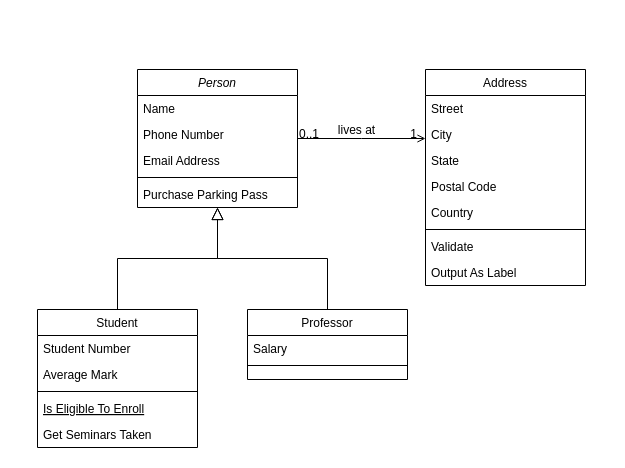
Above: ClassDiagram.drawio in pranavn35/ProjectDiagrams (draw.io), before the change. Source tidied: cells renumbered, new cells numbered last; positions are measured from the earlier drawing's top-left corner, leaving out a move shared by most shapes. Both pictures are drawn from the tidied source at 100%, with x=0, y=0 at pixel (37, 69).
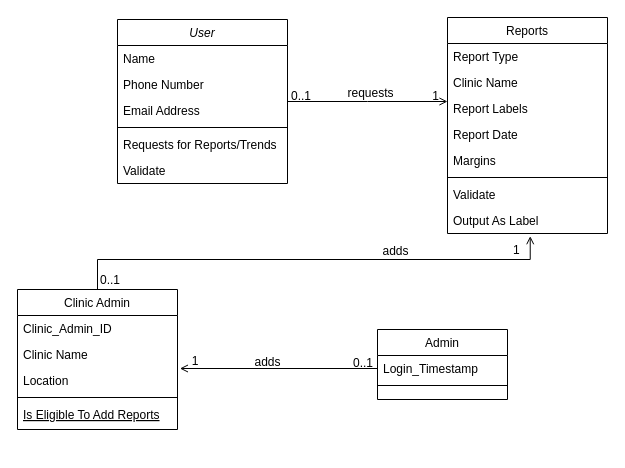
After the change.

Unchanged cells that the change refers to:
```xml
<mxCell id="27" value="Output As Label" style="text;align=left;verticalAlign=top;spacingLeft=4;spacingRight=4;overflow=hidden;points=[[0,0.5],[1,0.5]];portConstraint=eastwest;" parent="19" vertex="1">
  <mxGeometry y="190" width="160" height="26" as="geometry" />
</mxCell>
<mxCell id="28" style="endArrow=open;shadow=0;strokeWidth=1;rounded=0;endFill=1;edgeStyle=elbowEdgeStyle;elbow=vertical;" parent="1" edge="1" source="2" target="19">
  <mxGeometry x="0.5" y="41" relative="1" as="geometry">
    <mxPoint x="-40" y="32" as="offset" />
  </mxGeometry>
</mxCell>
```

The edit, as a diff of the source:
```diff
@@
-    <mxCell id="2" value="Person" style="swimlane;fontStyle=2;align=center;verticalAlign=top;horizontal=1;startSize=26;rounded=0;shadow=0;strokeWidth=1;" parent="1" vertex="1">
-      <mxGeometry x="100" width="160" height="138" as="geometry" />
+    <mxCell id="2" value="User" style="swimlane;fontStyle=2;align=center;verticalAlign=top;horizontal=1;startSize=26;rounded=0;shadow=0;strokeWidth=1;" parent="1" vertex="1">
+      <mxGeometry x="80" y="-50" width="170" height="164" as="geometry" />
     </mxCell>
     <mxCell id="3" value="Name" style="text;align=left;verticalAlign=top;spacingLeft=4;spacingRight=4;overflow=hidden;" parent="2" vertex="1">
-      <mxGeometry y="26" width="160" height="26" as="geometry" />
+      <mxGeometry y="26" width="170" height="26" as="geometry" />
     </mxCell>
     <mxCell id="4" value="Phone Number" style="text;align=left;verticalAlign=top;spacingLeft=4;spacingRight=4;overflow=hidden;rounded=0;shadow=0;html=0;" parent="2" vertex="1">
-      <mxGeometry y="52" width="160" height="26" as="geometry" />
+      <mxGeometry y="52" width="170" height="26" as="geometry" />
     </mxCell>
     <mxCell id="5" value="Email Address" style="text;align=left;verticalAlign=top;spacingLeft=4;spacingRight=4;overflow=hidden;rounded=0;shadow=0;html=0;" parent="2" vertex="1">
-      <mxGeometry y="78" width="160" height="26" as="geometry" />
+      <mxGeometry y="78" width="170" height="26" as="geometry" />
     </mxCell>
     <mxCell id="6" style="line;html=1;strokeWidth=1;align=left;verticalAlign=middle;spacingTop=-1;spacingLeft=3;spacingRight=3;labelPosition=right;" parent="2" vertex="1">
-      <mxGeometry y="104" width="160" height="8" as="geometry" />
+      <mxGeometry y="104" width="170" height="8" as="geometry" />
     </mxCell>
-    <mxCell id="7" value="Purchase Parking Pass" style="text;align=left;verticalAlign=top;spacingLeft=4;spacingRight=4;overflow=hidden;" parent="2" vertex="1">
-      <mxGeometry y="112" width="160" height="26" as="geometry" />
+    <mxCell id="7" value="Requests for Reports/Trends" style="text;align=left;verticalAlign=top;spacingLeft=4;spacingRight=4;overflow=hidden;" parent="2" vertex="1">
+      <mxGeometry y="112" width="170" height="26" as="geometry" />
     </mxCell>
+    <mxCell id="32" value="Validate" style="text;align=left;verticalAlign=top;spacingLeft=4;spacingRight=4;overflow=hidden;" parent="2" vertex="1">
+      <mxGeometry y="138" width="170" height="26" as="geometry" />
+    </mxCell>
-    <mxCell id="8" value="Student" style="swimlane;fontStyle=0;align=center;verticalAlign=top;horizontal=1;startSize=26;rounded=0;shadow=0;strokeWidth=1;" parent="1" vertex="1">
-      <mxGeometry y="240" width="160" height="138" as="geometry" />
+    <mxCell id="8" value="Clinic Admin" style="swimlane;fontStyle=0;align=center;verticalAlign=top;horizontal=1;startSize=26;rounded=0;shadow=0;strokeWidth=1;" parent="1" vertex="1">
+      <mxGeometry x="-20" y="220" width="160" height="140" as="geometry" />
     </mxCell>
-    <mxCell id="9" value="Student Number" style="text;align=left;verticalAlign=top;spacingLeft=4;spacingRight=4;overflow=hidden;" parent="8" vertex="1">
+    <mxCell id="9" value="Clinic_Admin_ID" style="text;align=left;verticalAlign=top;spacingLeft=4;spacingRight=4;overflow=hidden;" parent="8" vertex="1">
       <mxGeometry y="26" width="160" height="26" as="geometry" />
     </mxCell>
+    <mxCell id="33" value="Clinic Name" style="text;align=left;verticalAlign=top;spacingLeft=4;spacingRight=4;overflow=hidden;points=[[0,0.5],[1,0.5]];portConstraint=eastwest;rounded=0;shadow=0;html=0;" parent="8" vertex="1">
+      <mxGeometry y="52" width="160" height="26" as="geometry" />
+    </mxCell>
-    <mxCell id="10" value="Average Mark" style="text;align=left;verticalAlign=top;spacingLeft=4;spacingRight=4;overflow=hidden;rounded=0;shadow=0;html=0;" parent="8" vertex="1">
-      <mxGeometry y="52" width="160" height="26" as="geometry" />
+    <mxCell id="10" value="Location" style="text;align=left;verticalAlign=top;spacingLeft=4;spacingRight=4;overflow=hidden;rounded=0;shadow=0;html=0;" parent="8" vertex="1">
+      <mxGeometry y="78" width="160" height="26" as="geometry" />
     </mxCell>
     <mxCell id="11" style="line;html=1;strokeWidth=1;align=left;verticalAlign=middle;spacingTop=-1;spacingLeft=3;spacingRight=3;labelPosition=right;" parent="8" vertex="1">
-      <mxGeometry y="78" width="160" height="8" as="geometry" />
+      <mxGeometry y="104" width="160" height="8" as="geometry" />
     </mxCell>
-    <mxCell id="12" value="Is Eligible To Enroll" style="text;align=left;verticalAlign=top;spacingLeft=4;spacingRight=4;overflow=hidden;fontStyle=4;" parent="8" vertex="1">
-      <mxGeometry y="86" width="160" height="26" as="geometry" />
+    <mxCell id="12" value="Is Eligible To Add Reports" style="text;align=left;verticalAlign=top;spacingLeft=4;spacingRight=4;overflow=hidden;fontStyle=4;" parent="8" vertex="1">
+      <mxGeometry y="112" width="160" height="26" as="geometry" />
     </mxCell>
-    <mxCell id="13" value="Get Seminars Taken" style="text;align=left;verticalAlign=top;spacingLeft=4;spacingRight=4;overflow=hidden;" parent="8" vertex="1">
-      <mxGeometry y="112" width="160" height="26" as="geometry" />
-    </mxCell>
-    <mxCell id="14" style="endArrow=block;endSize=10;endFill=0;shadow=0;strokeWidth=1;rounded=0;edgeStyle=elbowEdgeStyle;elbow=vertical;" parent="1" edge="1" source="8" target="2">
-      <mxGeometry relative="1" as="geometry" />
-    </mxCell>
-    <mxCell id="15" value="Professor" style="swimlane;fontStyle=0;align=center;verticalAlign=top;horizontal=1;startSize=26;rounded=0;shadow=0;strokeWidth=1;" parent="1" vertex="1">
-      <mxGeometry x="210" y="240" width="160" height="70" as="geometry" />
+    <mxCell id="15" value="Admin" style="swimlane;fontStyle=0;align=center;verticalAlign=top;horizontal=1;startSize=26;rounded=0;shadow=0;strokeWidth=1;" parent="1" vertex="1">
+      <mxGeometry x="340" y="260" width="130" height="70" as="geometry" />
     </mxCell>
-    <mxCell id="16" value="Salary" style="text;align=left;verticalAlign=top;spacingLeft=4;spacingRight=4;overflow=hidden;points=[[0,0.5],[1,0.5]];portConstraint=eastwest;" parent="15" vertex="1">
-      <mxGeometry y="26" width="160" height="26" as="geometry" />
+    <mxCell id="16" value="Login_Timestamp" style="text;align=left;verticalAlign=top;spacingLeft=4;spacingRight=4;overflow=hidden;points=[[0,0.5],[1,0.5]];portConstraint=eastwest;" parent="15" vertex="1">
+      <mxGeometry y="26" width="130" height="26" as="geometry" />
     </mxCell>
     <mxCell id="17" style="line;html=1;strokeWidth=1;align=left;verticalAlign=middle;spacingTop=-1;spacingLeft=3;spacingRight=3;labelPosition=right;" parent="15" vertex="1">
-      <mxGeometry y="52" width="160" height="8" as="geometry" />
+      <mxGeometry y="52" width="130" height="8" as="geometry" />
     </mxCell>
-    <mxCell id="18" style="endArrow=block;endSize=10;endFill=0;shadow=0;strokeWidth=1;rounded=0;edgeStyle=elbowEdgeStyle;elbow=vertical;" parent="1" edge="1" source="15" target="2">
-      <mxGeometry relative="1" as="geometry" />
-    </mxCell>
-    <mxCell id="19" value="Address" style="swimlane;fontStyle=0;align=center;verticalAlign=top;horizontal=1;startSize=26;rounded=0;shadow=0;strokeWidth=1;" parent="1" vertex="1">
-      <mxGeometry x="388" width="160" height="216" as="geometry" />
+    <mxCell id="19" value="Reports" style="swimlane;fontStyle=0;align=center;verticalAlign=top;horizontal=1;startSize=26;rounded=0;shadow=0;strokeWidth=1;" parent="1" vertex="1">
+      <mxGeometry x="410" y="-52" width="160" height="216" as="geometry" />
     </mxCell>
-    <mxCell id="20" value="Street" style="text;align=left;verticalAlign=top;spacingLeft=4;spacingRight=4;overflow=hidden;" parent="19" vertex="1">
+    <mxCell id="20" value="Report Type" style="text;align=left;verticalAlign=top;spacingLeft=4;spacingRight=4;overflow=hidden;" parent="19" vertex="1">
       <mxGeometry y="26" width="160" height="26" as="geometry" />
     </mxCell>
-    <mxCell id="21" value="City" style="text;align=left;verticalAlign=top;spacingLeft=4;spacingRight=4;overflow=hidden;rounded=0;shadow=0;html=0;" parent="19" vertex="1">
+    <mxCell id="21" value="Clinic Name" style="text;align=left;verticalAlign=top;spacingLeft=4;spacingRight=4;overflow=hidden;rounded=0;shadow=0;html=0;" parent="19" vertex="1">
       <mxGeometry y="52" width="160" height="26" as="geometry" />
     </mxCell>
-    <mxCell id="22" value="State" style="text;align=left;verticalAlign=top;spacingLeft=4;spacingRight=4;overflow=hidden;rounded=0;shadow=0;html=0;" parent="19" vertex="1">
+    <mxCell id="22" value="Report Labels" style="text;align=left;verticalAlign=top;spacingLeft=4;spacingRight=4;overflow=hidden;rounded=0;shadow=0;html=0;" parent="19" vertex="1">
       <mxGeometry y="78" width="160" height="26" as="geometry" />
     </mxCell>
-    <mxCell id="23" value="Postal Code" style="text;align=left;verticalAlign=top;spacingLeft=4;spacingRight=4;overflow=hidden;rounded=0;shadow=0;html=0;" parent="19" vertex="1">
+    <mxCell id="23" value="Report Date" style="text;align=left;verticalAlign=top;spacingLeft=4;spacingRight=4;overflow=hidden;rounded=0;shadow=0;html=0;" parent="19" vertex="1">
       <mxGeometry y="104" width="160" height="26" as="geometry" />
     </mxCell>
-    <mxCell id="24" value="Country" style="text;align=left;verticalAlign=top;spacingLeft=4;spacingRight=4;overflow=hidden;rounded=0;shadow=0;html=0;" parent="19" vertex="1">
+    <mxCell id="24" value="Margins" style="text;align=left;verticalAlign=top;spacingLeft=4;spacingRight=4;overflow=hidden;rounded=0;shadow=0;html=0;" parent="19" vertex="1">
       <mxGeometry y="130" width="160" height="26" as="geometry" />
     </mxCell>
@@
     <mxCell id="29" value="0..1" style="align=left;verticalAlign=bottom;labelBackgroundColor=none;fontSize=12;" parent="28" vertex="1">
       <mxGeometry x="-1" relative="1" as="geometry">
-        <mxPoint y="4" as="offset" />
+        <mxPoint x="2" y="3" as="offset" />
       </mxGeometry>
     </mxCell>
     <mxCell id="30" value="1" style="align=right;verticalAlign=bottom;labelBackgroundColor=none;fontSize=12;" parent="28" vertex="1">
       <mxGeometry x="1" relative="1" as="geometry">
-        <mxPoint x="-7" y="4" as="offset" />
+        <mxPoint x="-7" y="3" as="offset" />
       </mxGeometry>
     </mxCell>
-    <mxCell id="31" value="lives at" style="text;html=1;align=center;verticalAlign=middle;labelBackgroundColor=none;rounded=0;shadow=0;strokeWidth=1;fontSize=12;" parent="28" vertex="1">
+    <mxCell id="31" value="requests" style="text;html=1;align=center;verticalAlign=middle;labelBackgroundColor=none;rounded=0;shadow=0;strokeWidth=1;fontSize=12;" parent="28" vertex="1">
       <mxGeometry x="0.5" y="49" relative="1" as="geometry">
         <mxPoint x="-38" y="40" as="offset" />
       </mxGeometry>
     </mxCell>
+    <mxCell id="34" style="endArrow=open;shadow=0;strokeWidth=1;rounded=0;endFill=1;edgeStyle=elbowEdgeStyle;elbow=vertical;exitX=0.5;exitY=0;exitDx=0;exitDy=0;entryX=0.517;entryY=1.103;entryDx=0;entryDy=0;entryPerimeter=0;" parent="1" edge="1" source="8" target="27">
+      <mxGeometry x="0.5" y="41" relative="1" as="geometry">
+        <Array as="points">
+          <mxPoint x="240" y="190" />
+        </Array>
+        <mxPoint x="-40" y="32" as="offset" />
+      </mxGeometry>
+    </mxCell>
+    <mxCell id="35" value="0..1" style="align=left;verticalAlign=bottom;labelBackgroundColor=none;fontSize=12;" parent="34" vertex="1">
+      <mxGeometry x="-1" relative="1" as="geometry">
+        <mxPoint x="1" y="-1" as="offset" />
+      </mxGeometry>
+    </mxCell>
+    <mxCell id="36" value="1" style="align=right;verticalAlign=bottom;labelBackgroundColor=none;fontSize=12;" parent="34" vertex="1">
+      <mxGeometry x="1" relative="1" as="geometry">
+        <mxPoint x="-9" y="22" as="offset" />
+      </mxGeometry>
+    </mxCell>
+    <mxCell id="37" value="adds" style="text;html=1;align=center;verticalAlign=middle;labelBackgroundColor=none;rounded=0;shadow=0;strokeWidth=1;fontSize=12;" parent="34" vertex="1">
+      <mxGeometry x="0.5" y="49" relative="1" as="geometry">
+        <mxPoint x="-38" y="40" as="offset" />
+      </mxGeometry>
+    </mxCell>
+    <mxCell id="38" style="endArrow=open;shadow=0;strokeWidth=1;rounded=0;endFill=1;edgeStyle=elbowEdgeStyle;elbow=vertical;exitX=0;exitY=0.5;exitDx=0;exitDy=0;entryX=1.015;entryY=1.063;entryDx=0;entryDy=0;entryPerimeter=0;" parent="1" edge="1" source="16" target="33">
+      <mxGeometry x="0.5" y="41" relative="1" as="geometry">
+        <mxPoint x="-40" y="32" as="offset" />
+      </mxGeometry>
+    </mxCell>
+    <mxCell id="39" value="0..1" style="align=left;verticalAlign=bottom;labelBackgroundColor=none;fontSize=12;" parent="38" vertex="1">
+      <mxGeometry x="-1" relative="1" as="geometry">
+        <mxPoint x="-26" y="3" as="offset" />
+      </mxGeometry>
+    </mxCell>
+    <mxCell id="40" value="1" style="align=right;verticalAlign=bottom;labelBackgroundColor=none;fontSize=12;" parent="38" vertex="1">
+      <mxGeometry x="1" relative="1" as="geometry">
+        <mxPoint x="20" y="1" as="offset" />
+      </mxGeometry>
+    </mxCell>
+    <mxCell id="41" value="adds" style="text;html=1;align=center;verticalAlign=middle;labelBackgroundColor=none;rounded=0;shadow=0;strokeWidth=1;fontSize=12;" parent="1" vertex="1">
+      <mxGeometry x="300" y="200" as="geometry">
+        <mxPoint x="-71" y="92" as="offset" />
+      </mxGeometry>
+    </mxCell>
```
